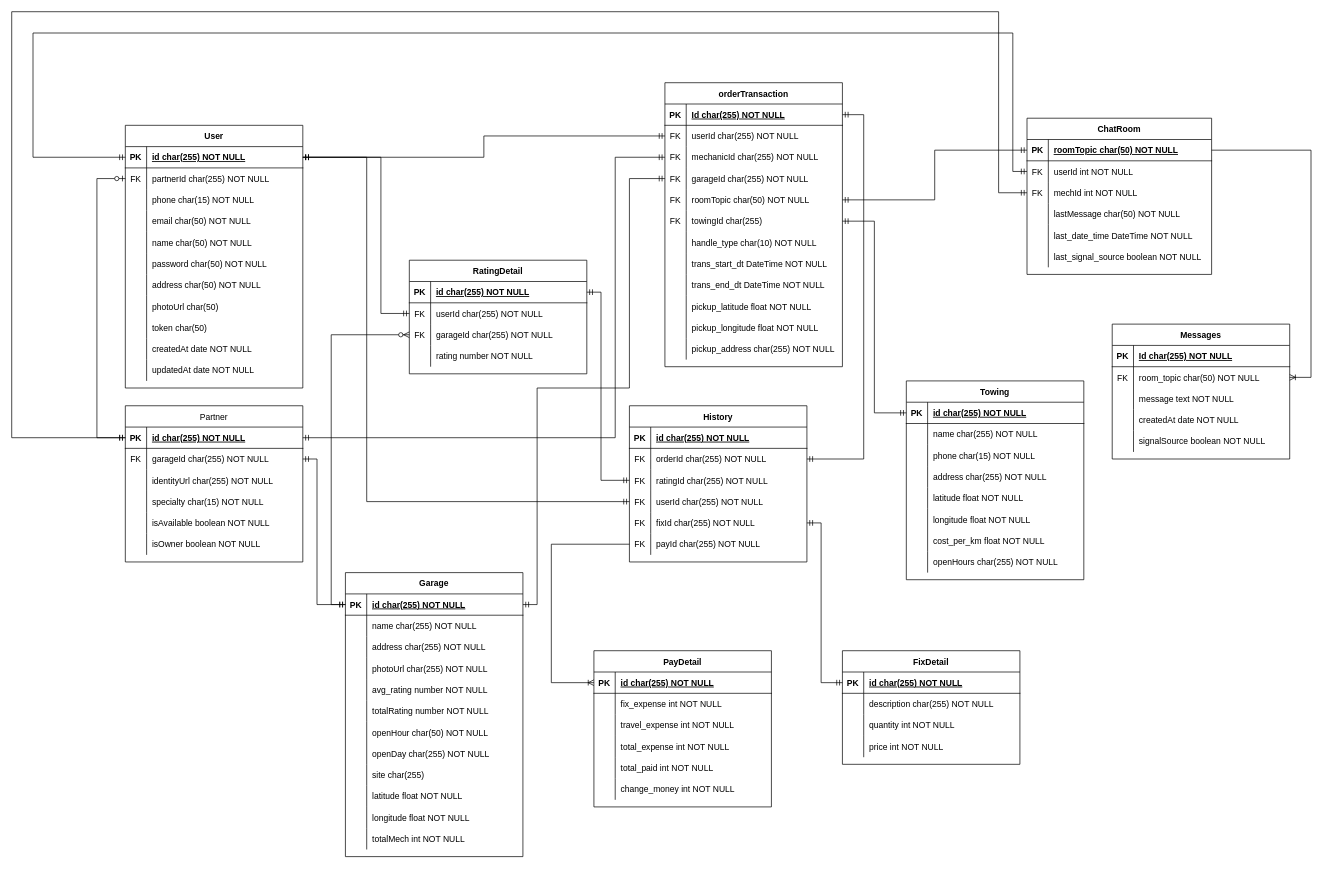
The draw.io diagram Systems/ERDiagram.drawio.xml in felixfilipi/E-Monteer, before the edit. Source tidied: cells renumbered, new cells numbered last; positions are measured from the earlier drawing's top-left corner, leaving out a move shared by most shapes. Both pictures are drawn from the tidied source at 71%, with x=0, y=0 at pixel (11, 11).
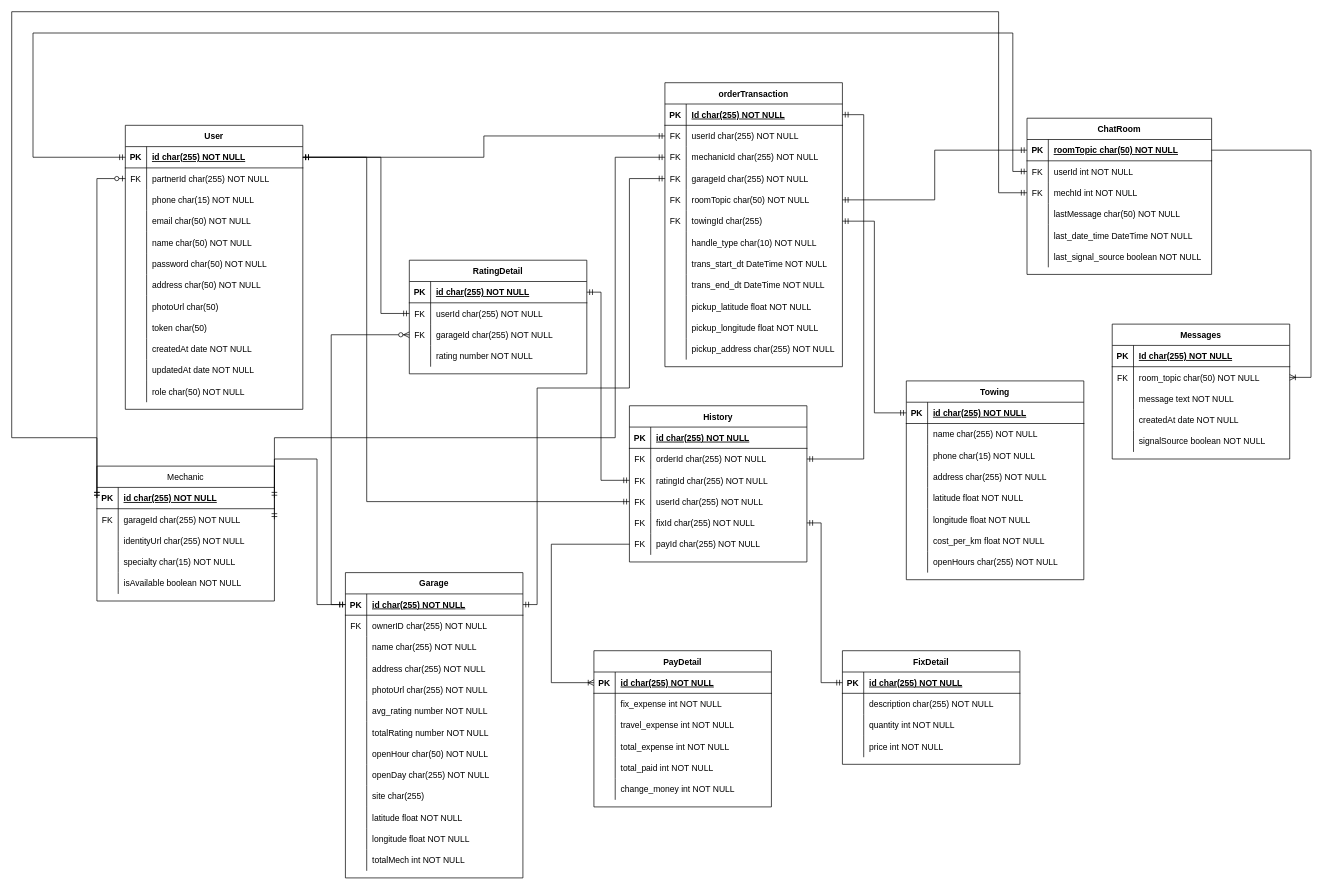
The same diagram, later.

Diff of the diagram source:
```diff
@@
     <mxCell id="2" value="User" style="shape=table;startSize=30;childLayout=tableLayout;rowLines=0;fontStyle=1;align=center;" parent="1" vertex="1">
-      <mxGeometry x="160" y="160" width="250" height="370" as="geometry" />
+      <mxGeometry x="160" y="160" width="250" height="400" as="geometry" />
     </mxCell>
@@
+    <mxCell id="270" style="shape=partialRectangle;fillColor=none;top=0;left=0;right=0;bottom=0;" parent="2" vertex="1">
+      <mxGeometry y="360" width="250" height="30" as="geometry" />
+    </mxCell>
+    <mxCell id="252" style="shape=partialRectangle;overflow=hidden;fillColor=none;top=0;left=0;bottom=0;right=0;" parent="270" vertex="1">
+      <mxGeometry width="30" height="30" as="geometry" />
+    </mxCell>
+    <mxCell id="271" value="role char(50) NOT NULL" style="shape=partialRectangle;overflow=hidden;fillColor=none;top=0;left=0;bottom=0;right=0;align=left;spacingLeft=6;" parent="270" vertex="1">
+      <mxGeometry x="30" width="220" height="30" as="geometry" />
+    </mxCell>
@@
     <mxCell id="96" value="Garage" style="shape=table;startSize=30;childLayout=tableLayout;rowLines=0;fontStyle=1;align=center;" parent="1" vertex="1">
-      <mxGeometry x="470" y="790" width="250" height="400" as="geometry" />
+      <mxGeometry x="470" y="790" width="250" height="430" as="geometry" />
     </mxCell>
@@
+    <mxCell id="272" style="shape=partialRectangle;fillColor=none;top=0;left=0;right=0;bottom=0;" parent="96" vertex="1">
+      <mxGeometry y="60" width="250" height="30" as="geometry" />
+    </mxCell>
+    <mxCell id="273" value="FK" style="shape=partialRectangle;overflow=hidden;fillColor=none;top=0;left=0;bottom=0;right=0;" parent="272" vertex="1">
+      <mxGeometry width="30" height="30" as="geometry" />
+    </mxCell>
+    <mxCell id="274" value="ownerID char(255) NOT NULL" style="shape=partialRectangle;overflow=hidden;fillColor=none;top=0;left=0;bottom=0;right=0;align=left;spacingLeft=6;" parent="272" vertex="1">
+      <mxGeometry x="30" width="220" height="30" as="geometry" />
+    </mxCell>
     <mxCell id="100" style="shape=partialRectangle;fillColor=none;top=0;left=0;right=0;bottom=0;" parent="96" vertex="1">
-      <mxGeometry y="60" width="250" height="30" as="geometry" />
+      <mxGeometry y="90" width="250" height="30" as="geometry" />
     </mxCell>
@@
     <mxCell id="103" style="shape=partialRectangle;fillColor=none;top=0;left=0;right=0;bottom=0;" parent="96" vertex="1">
-      <mxGeometry y="90" width="250" height="30" as="geometry" />
+      <mxGeometry y="120" width="250" height="30" as="geometry" />
     </mxCell>
@@
     <mxCell id="106" style="shape=partialRectangle;fillColor=none;top=0;left=0;right=0;bottom=0;" parent="96" vertex="1">
-      <mxGeometry y="120" width="250" height="30" as="geometry" />
+      <mxGeometry y="150" width="250" height="30" as="geometry" />
     </mxCell>
@@
     <mxCell id="109" style="shape=partialRectangle;fillColor=none;top=0;left=0;right=0;bottom=0;" parent="96" vertex="1">
-      <mxGeometry y="150" width="250" height="30" as="geometry" />
+      <mxGeometry y="180" width="250" height="30" as="geometry" />
     </mxCell>
@@
     <mxCell id="112" style="shape=partialRectangle;fillColor=none;top=0;left=0;right=0;bottom=0;" parent="96" vertex="1">
-      <mxGeometry y="180" width="250" height="30" as="geometry" />
+      <mxGeometry y="210" width="250" height="30" as="geometry" />
     </mxCell>
@@
     <mxCell id="115" style="shape=partialRectangle;fillColor=none;top=0;left=0;right=0;bottom=0;" parent="96" vertex="1">
-      <mxGeometry y="210" width="250" height="30" as="geometry" />
+      <mxGeometry y="240" width="250" height="30" as="geometry" />
     </mxCell>
@@
     <mxCell id="118" style="shape=partialRectangle;fillColor=none;top=0;left=0;right=0;bottom=0;" parent="96" vertex="1">
-      <mxGeometry y="240" width="250" height="30" as="geometry" />
+      <mxGeometry y="270" width="250" height="30" as="geometry" />
     </mxCell>
@@
     <mxCell id="121" style="shape=partialRectangle;fillColor=none;top=0;left=0;right=0;bottom=0;" parent="96" vertex="1">
-      <mxGeometry y="270" width="250" height="30" as="geometry" />
+      <mxGeometry y="300" width="250" height="30" as="geometry" />
     </mxCell>
@@
     <mxCell id="124" style="shape=partialRectangle;fillColor=none;top=0;left=0;right=0;bottom=0;" parent="96" vertex="1">
-      <mxGeometry y="300" width="250" height="30" as="geometry" />
+      <mxGeometry y="330" width="250" height="30" as="geometry" />
     </mxCell>
@@
     <mxCell id="127" style="shape=partialRectangle;fillColor=none;top=0;left=0;right=0;bottom=0;" parent="96" vertex="1">
-      <mxGeometry y="330" width="250" height="30" as="geometry" />
+      <mxGeometry y="360" width="250" height="30" as="geometry" />
     </mxCell>
@@
     <mxCell id="130" style="shape=partialRectangle;fillColor=none;top=0;left=0;right=0;bottom=0;" parent="96" vertex="1">
-      <mxGeometry y="360" width="250" height="30" as="geometry" />
+      <mxGeometry y="390" width="250" height="30" as="geometry" />
     </mxCell>
@@
-    <mxCell id="235" value="Partner" style="shape=table;startSize=30;childLayout=tableLayout;rowLines=0;fontStyle=0;align=center;" parent="1" vertex="1">
-      <mxGeometry x="160" y="555" width="250" height="220" as="geometry" />
+    <mxCell id="235" value="Mechanic" style="shape=table;startSize=30;childLayout=tableLayout;rowLines=0;fontStyle=0;align=center;" parent="1" vertex="1">
+      <mxGeometry x="120" y="640" width="250" height="190" as="geometry" />
     </mxCell>
@@
-    <mxCell id="251" style="shape=partialRectangle;fillColor=none;top=0;left=0;right=0;bottom=0;" parent="235" vertex="1">
-      <mxGeometry y="180" width="250" height="30" as="geometry" />
-    </mxCell>
-    <mxCell id="252" style="shape=partialRectangle;overflow=hidden;fillColor=none;top=0;left=0;bottom=0;right=0;" parent="251" vertex="1">
-      <mxGeometry width="30" height="30" as="geometry" />
-    </mxCell>
-    <mxCell id="253" value="isOwner boolean NOT NULL" style="shape=partialRectangle;overflow=hidden;fillColor=none;top=0;left=0;bottom=0;right=0;align=left;spacingLeft=6;" parent="251" vertex="1">
-      <mxGeometry x="30" width="220" height="30" as="geometry" />
-    </mxCell>
```
